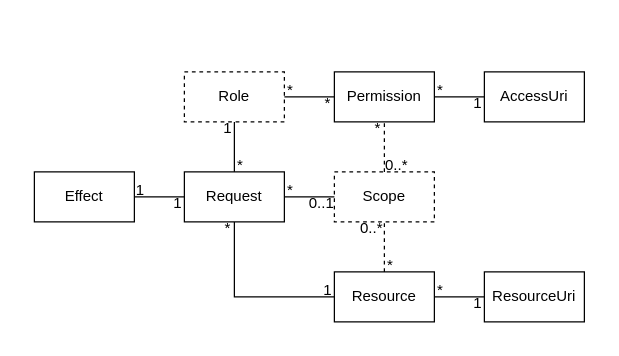
The draw.io diagram docs/MDP.AspNetCore.Authorization-領域模型.drawio in MDPNetCore/MDP.AspNetCore.Authorization, before the edit. Source tidied: cells renumbered, new cells numbered last; positions are measured from the earlier drawing's top-left corner, leaving out a move shared by most shapes. Both pictures are drawn from the tidied source at 125%, with x=0, y=0 at pixel (34, 71).
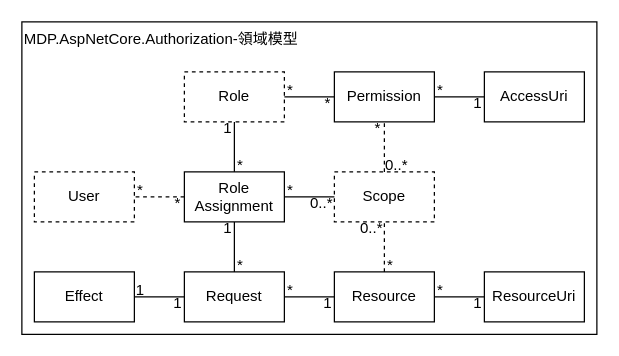
Above is the later version.

Commit message:
[src] 更新領域模型

The change refers to these unchanged cells:
```xml
<mxCell id="5" value="Resource" style="rounded=0;whiteSpace=wrap;html=1;" parent="1" vertex="1">
  <mxGeometry x="240" y="160" width="80" height="40" as="geometry" />
</mxCell>
```

Change to the diagram source:
```diff
@@
+    <mxCell id="37" value="&lt;span&gt;MDP.AspNetCore.Authorization-領域模型&lt;/span&gt;" style="rounded=0;whiteSpace=wrap;html=1;align=left;verticalAlign=top;" parent="1" vertex="1">
+      <mxGeometry x="-10" y="-40" width="460" height="250" as="geometry" />
+    </mxCell>
@@
-    <mxCell id="7" style="rounded=0;jettySize=auto;html=1;endArrow=none;endFill=0;edgeStyle=orthogonalEdgeStyle;" parent="1" edge="1" source="5" target="11">
-      <mxGeometry relative="1" as="geometry" />
-    </mxCell>
@@
-    <mxCell id="11" value="Request" style="rounded=0;whiteSpace=wrap;html=1;" parent="1" vertex="1">
+    <mxCell id="11" value="Role&lt;br&gt;Assignment" style="rounded=0;whiteSpace=wrap;html=1;" parent="1" vertex="1">
       <mxGeometry x="120" y="80" width="80" height="40" as="geometry" />
     </mxCell>
@@
-    <mxCell id="13" value="Effect" style="rounded=0;whiteSpace=wrap;html=1;" parent="1" vertex="1">
-      <mxGeometry y="80" width="80" height="40" as="geometry" />
-    </mxCell>
-    <mxCell id="14" style="rounded=0;jettySize=auto;html=1;endArrow=none;endFill=0;" parent="1" edge="1" source="13" target="11">
+    <mxCell id="14" style="rounded=0;jettySize=auto;html=1;endArrow=none;endFill=0;" parent="1" edge="1" source="13" target="38">
       <mxGeometry relative="1" as="geometry" />
     </mxCell>
@@
-    <mxCell id="18" value="*" style="text;html=1;strokeColor=none;align=center;verticalAlign=middle;whiteSpace=wrap;rounded=0;opacity=0;" parent="1" vertex="1">
+    <mxCell id="18" value="1" style="text;html=1;strokeColor=none;align=center;verticalAlign=middle;whiteSpace=wrap;rounded=0;opacity=0;" parent="1" vertex="1">
       <mxGeometry x="150" y="120" width="10" height="10" as="geometry" />
     </mxCell>
     <mxCell id="19" value="1" style="text;html=1;strokeColor=none;align=center;verticalAlign=middle;whiteSpace=wrap;rounded=0;opacity=0;" parent="1" vertex="1">
-      <mxGeometry x="230" y="170" width="10" height="10" as="geometry" />
+      <mxGeometry x="230" y="180" width="10" height="10" as="geometry" />
     </mxCell>
@@
-    <mxCell id="23" value="0..1" style="text;html=1;strokeColor=none;align=center;verticalAlign=middle;whiteSpace=wrap;rounded=0;opacity=0;" parent="1" vertex="1">
+    <mxCell id="23" value="0..*" style="text;html=1;strokeColor=none;align=center;verticalAlign=middle;whiteSpace=wrap;rounded=0;opacity=0;" parent="1" vertex="1">
       <mxGeometry x="220" y="100" width="20" height="10" as="geometry" />
     </mxCell>
     <mxCell id="24" value="1" style="text;html=1;strokeColor=none;align=center;verticalAlign=middle;whiteSpace=wrap;rounded=0;opacity=0;" parent="1" vertex="1">
-      <mxGeometry x="80" y="90" width="10" height="10" as="geometry" />
+      <mxGeometry x="80" y="170" width="10" height="10" as="geometry" />
     </mxCell>
     <mxCell id="25" value="1" style="text;html=1;strokeColor=none;align=center;verticalAlign=middle;whiteSpace=wrap;rounded=0;opacity=0;" parent="1" vertex="1">
-      <mxGeometry x="110" y="100" width="10" height="10" as="geometry" />
+      <mxGeometry x="110" y="180" width="10" height="10" as="geometry" />
     </mxCell>
@@
+    <mxCell id="38" value="Request" style="rounded=0;whiteSpace=wrap;html=1;" parent="1" vertex="1">
+      <mxGeometry x="120" y="160" width="80" height="40" as="geometry" />
+    </mxCell>
+    <mxCell id="13" value="Effect" style="rounded=0;whiteSpace=wrap;html=1;" parent="1" vertex="1">
+      <mxGeometry y="160" width="80" height="40" as="geometry" />
+    </mxCell>
+    <mxCell id="39" style="rounded=0;jettySize=auto;html=1;endArrow=none;endFill=0;" parent="1" edge="1" source="38" target="5">
+      <mxGeometry relative="1" as="geometry" />
+    </mxCell>
+    <mxCell id="40" value="*" style="text;html=1;strokeColor=none;align=center;verticalAlign=middle;whiteSpace=wrap;rounded=0;opacity=0;" parent="1" vertex="1">
+      <mxGeometry x="200" y="170" width="10" height="10" as="geometry" />
+    </mxCell>
+    <mxCell id="41" style="rounded=0;jettySize=auto;html=1;endArrow=none;endFill=0;" parent="1" edge="1" source="38" target="11">
+      <mxGeometry relative="1" as="geometry" />
+    </mxCell>
+    <mxCell id="42" value="*" style="text;html=1;strokeColor=none;align=center;verticalAlign=middle;whiteSpace=wrap;rounded=0;opacity=0;" parent="1" vertex="1">
+      <mxGeometry x="160" y="150" width="10" height="10" as="geometry" />
+    </mxCell>
+    <mxCell id="43" value="User" style="rounded=0;whiteSpace=wrap;html=1;dashed=1;" parent="1" vertex="1">
+      <mxGeometry y="80" width="80" height="40" as="geometry" />
+    </mxCell>
+    <mxCell id="44" style="rounded=0;jettySize=auto;html=1;endArrow=none;endFill=0;dashed=1;" parent="1" edge="1" source="11" target="43">
+      <mxGeometry relative="1" as="geometry" />
+    </mxCell>
+    <mxCell id="45" value="*" style="text;html=1;strokeColor=none;align=center;verticalAlign=middle;whiteSpace=wrap;rounded=0;opacity=0;" parent="1" vertex="1">
+      <mxGeometry x="80" y="90" width="10" height="10" as="geometry" />
+    </mxCell>
+    <mxCell id="46" value="*" style="text;html=1;strokeColor=none;align=center;verticalAlign=middle;whiteSpace=wrap;rounded=0;opacity=0;" parent="1" vertex="1">
+      <mxGeometry x="110" y="100" width="10" height="10" as="geometry" />
+    </mxCell>
```
